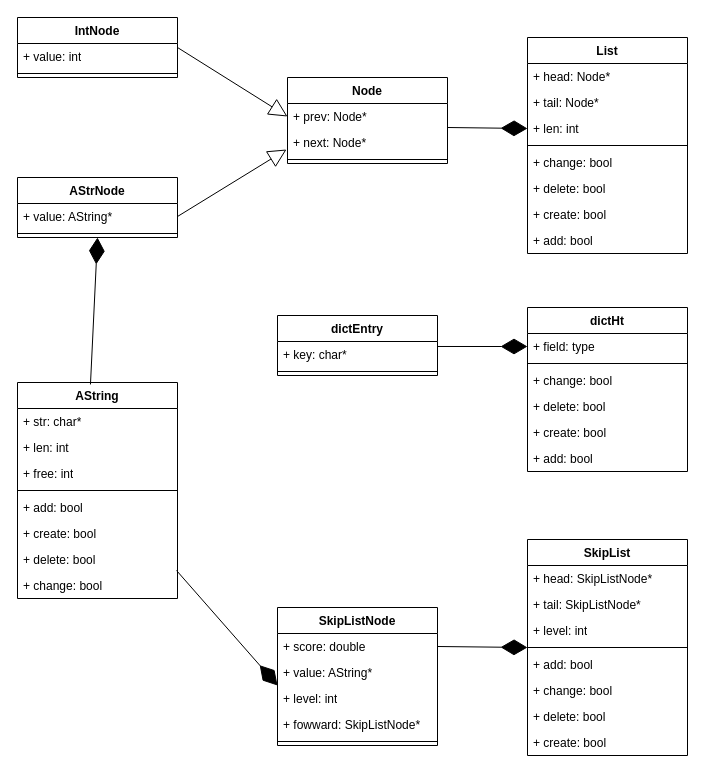
Xuuuuuuuuuuuu/pic-repo keeps this draw.io diagram as diagram-net/底层存储模块类图.drawio. Above is the earlier version. Source tidied: cells renumbered, new cells numbered last; positions are measured from the earlier drawing's top-left corner, leaving out a move shared by most shapes. Both pictures are drawn from the tidied source at 100%, with x=0, y=0 at pixel (17, 17).
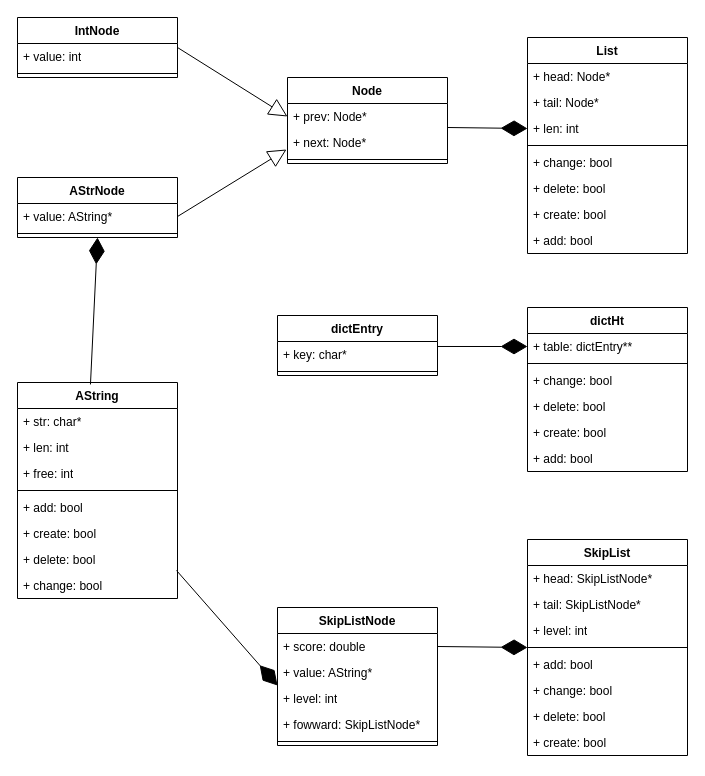
Above is the later version.

Commit message:
更新底层存储模块类图.drawio

Unchanged cells that the change refers to:
```xml
<mxCell id="20" value="dictHt" style="swimlane;fontStyle=1;align=center;verticalAlign=top;horizontal=1;startSize=26;whiteSpace=wrap;html=1;" parent="1" vertex="1">
  <mxGeometry x="510" y="290" width="160" height="164" as="geometry" />
</mxCell>
```

Change to the diagram source:
```diff
@@
-    <mxCell id="21" value="+ field: type" style="text;strokeColor=none;fillColor=none;align=left;verticalAlign=top;spacingLeft=4;spacingRight=4;overflow=hidden;points=[[0,0.5],[1,0.5]];portConstraint=eastwest;whiteSpace=wrap;html=1;" parent="20" vertex="1">
+    <mxCell id="21" value="+ table: dictEntry**" style="text;strokeColor=none;fillColor=none;align=left;verticalAlign=top;spacingLeft=4;spacingRight=4;overflow=hidden;points=[[0,0.5],[1,0.5]];portConstraint=eastwest;whiteSpace=wrap;html=1;" parent="20" vertex="1">
       <mxGeometry y="26" width="160" height="26" as="geometry" />
     </mxCell>
```
